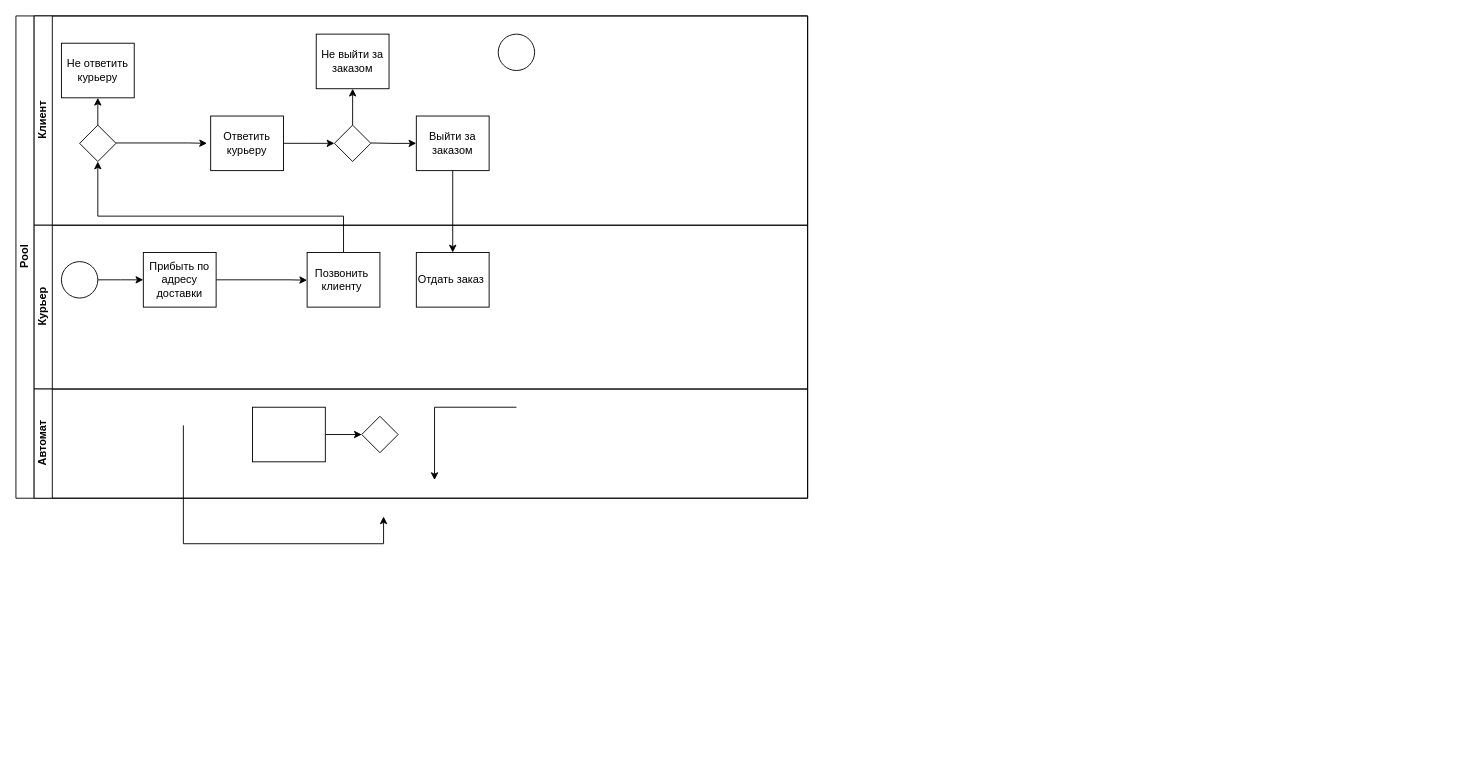
Earlier version of the draw.io diagram icons/Диаграмма без названия.drawio (ElizaSitmukhanova/-food-site). Source tidied: cells renumbered, new cells numbered last; positions are measured from the earlier drawing's top-left corner, leaving out a move shared by most shapes. Both pictures are drawn from the tidied source at 91%, with x=0, y=0 at pixel (15, 15).
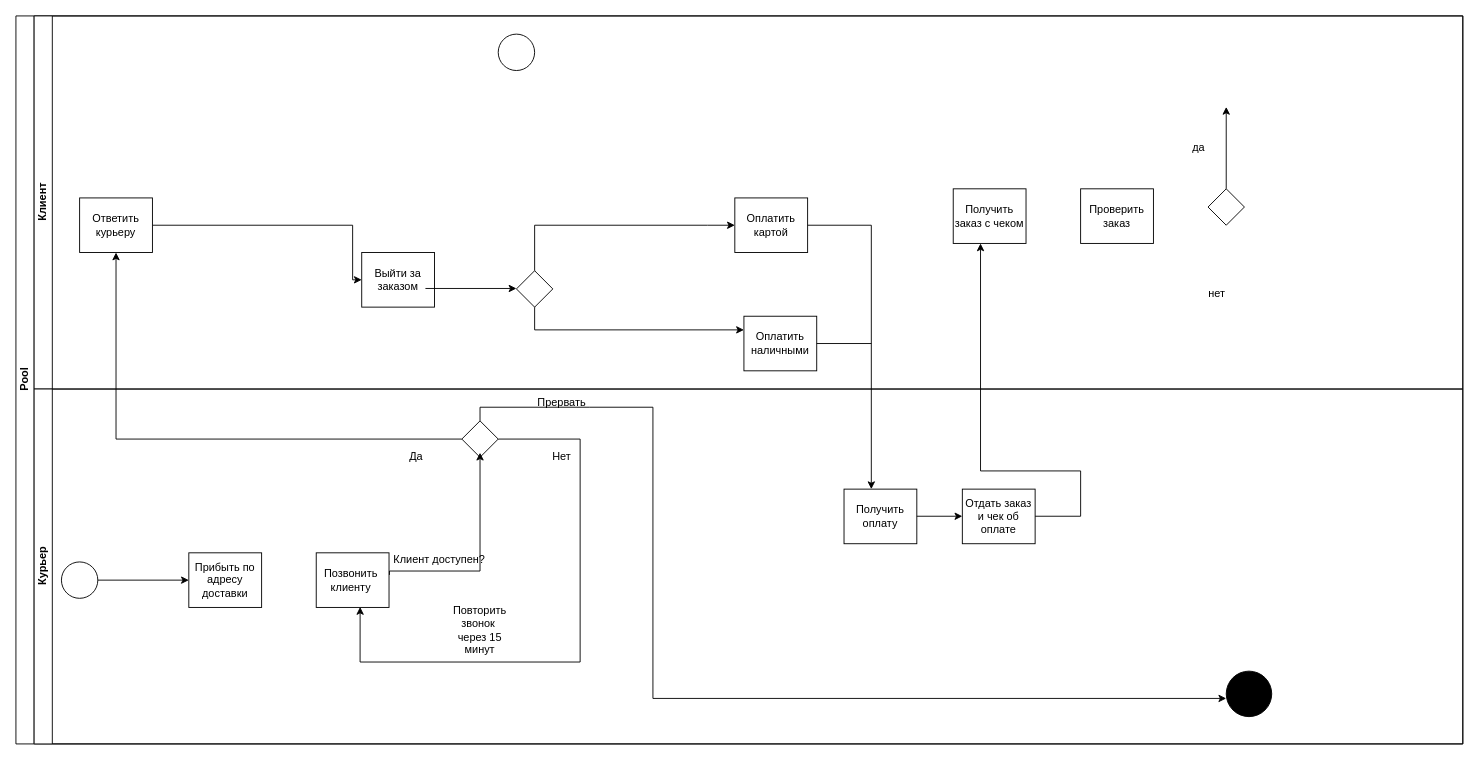
After the change.

Change to the diagram source:
```diff
@@
     <mxCell id="2" value="Pool" style="swimlane;html=1;horizontal=0;startSize=20;" parent="1" vertex="1">
-      <mxGeometry width="870" height="530" as="geometry" />
+      <mxGeometry width="1590" height="800" as="geometry" />
     </mxCell>
+    <mxCell id="31" style="edgeStyle=orthogonalEdgeStyle;rounded=0;jettySize=auto;html=1;endArrow=classic;endFill=1;exitX=0;exitY=0.5;exitDx=0;exitDy=0;entryX=0.5;entryY=1;entryDx=0;entryDy=0;" parent="2" edge="1" source="49" target="6">
+      <mxGeometry relative="1" as="geometry">
+        <Array as="points">
+          <mxPoint x="110" y="465" />
+        </Array>
+      </mxGeometry>
+    </mxCell>
     <mxCell id="3" value="Клиент" style="swimlane;html=1;startSize=20;horizontal=0;" parent="2" vertex="1">
-      <mxGeometry x="20" width="850" height="230" as="geometry" />
+      <mxGeometry x="20" width="1570" height="410" as="geometry" />
     </mxCell>
-    <mxCell id="4" value="Не выйти за заказом" style="rounded=0;whiteSpace=wrap;html=1;fontFamily=Helvetica;fontSize=12;fontColor=#000000;align=center;" parent="3" vertex="1">
-      <mxGeometry x="310" y="20" width="80" height="60" as="geometry" />
-    </mxCell>
+    <mxCell id="7" style="ellipse;whiteSpace=wrap;html=1;" parent="3" vertex="1">
+      <mxGeometry x="510" y="20" width="40" height="40" as="geometry" />
+    </mxCell>
-    <mxCell id="5" style="edgeStyle=orthogonalEdgeStyle;rounded=0;jettySize=auto;html=1;endArrow=classic;endFill=1;" parent="3" edge="1" source="6">
+    <mxCell id="5" style="edgeStyle=orthogonalEdgeStyle;rounded=0;jettySize=auto;html=1;endArrow=classic;endFill=1;entryX=0;entryY=0.5;entryDx=0;entryDy=0;" parent="3" edge="1" source="6" target="14">
       <mxGeometry relative="1" as="geometry">
-        <mxPoint x="330" y="140" as="targetPoint" />
+        <Array as="points">
+          <mxPoint x="350" y="230" />
+        </Array>
       </mxGeometry>
     </mxCell>
     <mxCell id="6" value="Ответить курьеру" style="rounded=0;whiteSpace=wrap;html=1;fontFamily=Helvetica;fontSize=12;fontColor=#000000;align=center;" parent="3" vertex="1">
-      <mxGeometry x="194" y="110" width="80" height="60" as="geometry" />
+      <mxGeometry x="50" y="200" width="80" height="60" as="geometry" />
     </mxCell>
-    <mxCell id="7" style="ellipse;whiteSpace=wrap;html=1;" parent="3" vertex="1">
-      <mxGeometry x="510" y="20" width="40" height="40" as="geometry" />
-    </mxCell>
-    <mxCell id="8" style="rhombus;whiteSpace=wrap;html=1;fontFamily=Helvetica;fontSize=12;fontColor=#000000;align=center;" parent="3" vertex="1">
-      <mxGeometry x="50" y="120" width="40" height="40" as="geometry" />
-    </mxCell>
-    <mxCell id="9" style="edgeStyle=orthogonalEdgeStyle;rounded=0;orthogonalLoop=1;jettySize=auto;html=1;endArrow=classic;endFill=1;" parent="3" edge="1">
-      <mxGeometry relative="1" as="geometry">
-        <mxPoint x="90" y="139.6" as="sourcePoint" />
-        <mxPoint x="190" y="140" as="targetPoint" />
-        <Array as="points">
-          <mxPoint x="170" y="140" />
-          <mxPoint x="150" y="140" />
-        </Array>
-      </mxGeometry>
-    </mxCell>
-    <mxCell id="10" style="edgeStyle=orthogonalEdgeStyle;rounded=0;jettySize=auto;html=1;endArrow=classic;endFill=1;exitX=0.5;exitY=0;exitDx=0;exitDy=0;" parent="3" edge="1" source="20">
-      <mxGeometry relative="1" as="geometry">
-        <mxPoint x="70" y="160" as="targetPoint" />
-        <Array as="points">
-          <mxPoint x="340" y="220" />
-          <mxPoint x="70" y="220" />
-        </Array>
-      </mxGeometry>
-    </mxCell>
-    <mxCell id="11" value="Не ответить курьеру" style="rounded=0;whiteSpace=wrap;html=1;fontFamily=Helvetica;fontSize=12;fontColor=#000000;align=center;" parent="3" vertex="1">
-      <mxGeometry x="30" y="30" width="80" height="60" as="geometry" />
-    </mxCell>
-    <mxCell id="12" style="edgeStyle=orthogonalEdgeStyle;rounded=0;jettySize=auto;html=1;endArrow=classic;endFill=1;entryX=0.5;entryY=1;entryDx=0;entryDy=0;" parent="3" edge="1" target="11">
-      <mxGeometry relative="1" as="geometry">
-        <mxPoint x="70" y="120" as="sourcePoint" />
-        <Array as="points">
-          <mxPoint x="70" y="120" />
-        </Array>
-      </mxGeometry>
-    </mxCell>
-    <mxCell id="13" style="rhombus;whiteSpace=wrap;html=1;fontFamily=Helvetica;fontSize=12;fontColor=#000000;align=center;" parent="3" vertex="1">
-      <mxGeometry x="330" y="120" width="40" height="40" as="geometry" />
-    </mxCell>
     <mxCell id="14" value="Выйти за заказом" style="rounded=0;whiteSpace=wrap;html=1;fontFamily=Helvetica;fontSize=12;fontColor=#000000;align=center;" parent="3" vertex="1">
-      <mxGeometry x="420" y="110" width="80" height="60" as="geometry" />
+      <mxGeometry x="360" y="260" width="80" height="60" as="geometry" />
     </mxCell>
-    <mxCell id="15" style="edgeStyle=orthogonalEdgeStyle;rounded=0;jettySize=auto;html=1;endArrow=classic;endFill=1;entryX=0;entryY=0.5;entryDx=0;entryDy=0;" parent="3" edge="1" target="14">
-      <mxGeometry relative="1" as="geometry">
-        <mxPoint x="370" y="139.6" as="sourcePoint" />
-      </mxGeometry>
-    </mxCell>
+    <mxCell id="32" style="rhombus;whiteSpace=wrap;html=1;fontFamily=Helvetica;fontSize=12;fontColor=#000000;align=center;" parent="3" vertex="1">
+      <mxGeometry x="530" y="280" width="40" height="40" as="geometry" />
+    </mxCell>
+    <mxCell id="33" style="edgeStyle=orthogonalEdgeStyle;rounded=0;jettySize=auto;html=1;endArrow=classic;endFill=1;exitX=0.5;exitY=0;exitDx=0;exitDy=0;entryX=0;entryY=0.5;entryDx=0;entryDy=0;" parent="3" edge="1" source="32" target="34">
+      <mxGeometry relative="1" as="geometry">
+        <Array as="points">
+          <mxPoint x="550" y="230" />
+          <mxPoint x="740" y="230" />
+        </Array>
+      </mxGeometry>
+    </mxCell>
+    <mxCell id="34" value="Оплатить картой" style="rounded=0;whiteSpace=wrap;html=1;fontFamily=Helvetica;fontSize=12;fontColor=#000000;align=center;" parent="3" vertex="1">
+      <mxGeometry x="770" y="200" width="80" height="60" as="geometry" />
+    </mxCell>
+    <mxCell id="35" value="Оплатить наличными" style="rounded=0;whiteSpace=wrap;html=1;fontFamily=Helvetica;fontSize=12;fontColor=#000000;align=center;" parent="3" vertex="1">
+      <mxGeometry x="780" y="330" width="80" height="60" as="geometry" />
+    </mxCell>
+    <mxCell id="36" style="edgeStyle=orthogonalEdgeStyle;rounded=0;jettySize=auto;html=1;endArrow=classic;endFill=1;exitX=0.5;exitY=1;exitDx=0;exitDy=0;entryX=0;entryY=0.25;entryDx=0;entryDy=0;" parent="3" edge="1" source="32" target="35">
+      <mxGeometry relative="1" as="geometry">
+        <Array as="points">
+          <mxPoint x="550" y="345" />
+        </Array>
+      </mxGeometry>
+    </mxCell>
+    <mxCell id="37" style="edgeStyle=orthogonalEdgeStyle;rounded=0;orthogonalLoop=1;jettySize=auto;html=1;entryX=0;entryY=0.5;entryDx=0;entryDy=0;" parent="3" edge="1">
+      <mxGeometry relative="1" as="geometry">
+        <mxPoint x="430" y="299.5" as="sourcePoint" />
+        <mxPoint x="530" y="299.5" as="targetPoint" />
+      </mxGeometry>
+    </mxCell>
+    <mxCell id="38" value="да" style="text;html=1;align=center;verticalAlign=middle;whiteSpace=wrap;rounded=0;" parent="3" vertex="1">
+      <mxGeometry x="1250" y="130" width="60" height="30" as="geometry" />
+    </mxCell>
+    <mxCell id="39" value="Получить заказ с чеком" style="rounded=0;whiteSpace=wrap;html=1;fontFamily=Helvetica;fontSize=12;fontColor=#000000;align=center;" parent="3" vertex="1">
+      <mxGeometry x="1010" y="190" width="80" height="60" as="geometry" />
+    </mxCell>
+    <mxCell id="40" value="Проверить заказ" style="rounded=0;whiteSpace=wrap;html=1;fontFamily=Helvetica;fontSize=12;fontColor=#000000;align=center;" parent="3" vertex="1">
+      <mxGeometry x="1150" y="190" width="80" height="60" as="geometry" />
+    </mxCell>
+    <mxCell id="41" style="rhombus;whiteSpace=wrap;html=1;fontFamily=Helvetica;fontSize=12;fontColor=#000000;align=center;" parent="3" vertex="1">
+      <mxGeometry x="1290" y="190" width="40" height="40" as="geometry" />
+    </mxCell>
+    <mxCell id="42" style="endArrow=classic;html=1;rounded=0;" parent="3" edge="1">
+      <mxGeometry relative="1" as="geometry">
+        <mxPoint x="1310" y="190" as="sourcePoint" />
+        <mxPoint x="1310" y="100" as="targetPoint" />
+      </mxGeometry>
+    </mxCell>
+    <mxCell id="43" value="нет" style="text;html=1;align=center;verticalAlign=middle;whiteSpace=wrap;rounded=0;" parent="3" vertex="1">
+      <mxGeometry x="1270" y="290" width="60" height="30" as="geometry" />
+    </mxCell>
-    <mxCell id="16" value="Курьер" style="swimlane;html=1;startSize=20;horizontal=0;" parent="2" vertex="1">
-      <mxGeometry x="20" y="230" width="850" height="180" as="geometry" />
+    <mxCell id="16" value="Курьер" style="swimlane;html=1;startSize=20;horizontal=0;fillColor=#FFFFFF;" parent="2" vertex="1">
+      <mxGeometry x="20" y="410" width="1570" height="390" as="geometry" />
     </mxCell>
-    <mxCell id="17" style="edgeStyle=orthogonalEdgeStyle;rounded=0;orthogonalLoop=1;jettySize=auto;html=1;endArrow=classic;endFill=1;" parent="16" edge="1">
-      <mxGeometry relative="1" as="geometry">
-        <mxPoint x="200" y="60" as="sourcePoint" />
-        <mxPoint x="300" y="60.4" as="targetPoint" />
-        <Array as="points">
-          <mxPoint x="280" y="60.4" />
-          <mxPoint x="260" y="60.4" />
-        </Array>
-      </mxGeometry>
-    </mxCell>
     <mxCell id="18" value="Прибыть по адресу доставки" style="rounded=0;whiteSpace=wrap;html=1;fontFamily=Helvetica;fontSize=12;fontColor=#000000;align=center;" parent="16" vertex="1">
-      <mxGeometry x="120" y="30" width="80" height="60" as="geometry" />
+      <mxGeometry x="170" y="180" width="80" height="60" as="geometry" />
     </mxCell>
     <mxCell id="19" style="ellipse;whiteSpace=wrap;html=1;" parent="16" vertex="1">
-      <mxGeometry x="30" y="40" width="40" height="40" as="geometry" />
+      <mxGeometry x="30" y="190" width="40" height="40" as="geometry" />
     </mxCell>
     <mxCell id="20" value="Позвонить&amp;nbsp; клиенту&amp;nbsp;" style="rounded=0;whiteSpace=wrap;html=1;fontFamily=Helvetica;fontSize=12;fontColor=#000000;align=center;" parent="16" vertex="1">
-      <mxGeometry x="300" y="30" width="80" height="60" as="geometry" />
+      <mxGeometry x="310" y="180" width="80" height="60" as="geometry" />
     </mxCell>
-    <mxCell id="21" value="Отдать заказ&amp;nbsp;" style="rounded=0;whiteSpace=wrap;html=1;fontFamily=Helvetica;fontSize=12;fontColor=#000000;align=center;" parent="16" vertex="1">
-      <mxGeometry x="420" y="30" width="80" height="60" as="geometry" />
-    </mxCell>
+    <mxCell id="44" value="Получить оплату" style="rounded=0;whiteSpace=wrap;html=1;fontFamily=Helvetica;fontSize=12;fontColor=#000000;align=center;" parent="16" vertex="1">
+      <mxGeometry x="890" y="110" width="80" height="60" as="geometry" />
+    </mxCell>
+    <mxCell id="45" value="Отдать заказ и чек об оплате" style="rounded=0;whiteSpace=wrap;html=1;fontFamily=Helvetica;fontSize=12;fontColor=#000000;align=center;" parent="16" vertex="1">
+      <mxGeometry x="1020" y="110" width="80" height="60" as="geometry" />
+    </mxCell>
+    <mxCell id="46" style="edgeStyle=orthogonalEdgeStyle;rounded=0;orthogonalLoop=1;jettySize=auto;html=1;endArrow=classic;endFill=1;" parent="16" edge="1">
+      <mxGeometry relative="1" as="geometry">
+        <mxPoint x="970" y="139.8" as="sourcePoint" />
+        <mxPoint x="1020" y="139.8" as="targetPoint" />
+        <Array as="points">
+          <mxPoint x="1020" y="140.2" />
+          <mxPoint x="1000" y="140.2" />
+        </Array>
+      </mxGeometry>
+    </mxCell>
+    <mxCell id="47" style="ellipse;shape=doubleEllipse;whiteSpace=wrap;html=1;fillColor=#000000;" parent="16" vertex="1">
+      <mxGeometry x="1310" y="310" width="50" height="50" as="geometry" />
+    </mxCell>
+    <mxCell id="48" style="edgeStyle=orthogonalEdgeStyle;rounded=0;orthogonalLoop=1;jettySize=auto;html=1;endArrow=classic;endFill=1;" parent="16" edge="1">
+      <mxGeometry relative="1" as="geometry">
+        <mxPoint x="1100" y="139.8" as="sourcePoint" />
+        <mxPoint x="1040" y="-160" as="targetPoint" />
+        <Array as="points">
+          <mxPoint x="1150" y="140" />
+          <mxPoint x="1150" y="90" />
+          <mxPoint x="1040" y="90" />
+        </Array>
+      </mxGeometry>
+    </mxCell>
-    <mxCell id="22" style="edgeStyle=orthogonalEdgeStyle;rounded=0;jettySize=auto;html=1;" parent="2" edge="1" source="19">
-      <mxGeometry relative="1" as="geometry">
-        <mxPoint x="140" y="290" as="targetPoint" />
-      </mxGeometry>
+    <mxCell id="22" style="edgeStyle=orthogonalEdgeStyle;rounded=0;jettySize=auto;html=1;entryX=0;entryY=0.5;entryDx=0;entryDy=0;" parent="16" edge="1" source="19" target="18">
+      <mxGeometry relative="1" as="geometry" />
     </mxCell>
-    <mxCell id="23" value="Автомат" style="swimlane;html=1;startSize=20;horizontal=0;" parent="2" vertex="1">
-      <mxGeometry x="20" y="410" width="850" height="120" as="geometry" />
-    </mxCell>
-    <mxCell id="24" style="edgeStyle=orthogonalEdgeStyle;rounded=0;jettySize=auto;html=1;endArrow=classic;endFill=1;" parent="23" edge="1" source="25" target="26">
-      <mxGeometry relative="1" as="geometry" />
-    </mxCell>
-    <mxCell id="25" style="rounded=0;whiteSpace=wrap;html=1;fontFamily=Helvetica;fontSize=12;fontColor=#000000;align=center;" parent="23" vertex="1">
-      <mxGeometry x="240" y="20" width="80" height="60" as="geometry" />
-    </mxCell>
-    <mxCell id="26" style="rhombus;whiteSpace=wrap;html=1;fontFamily=Helvetica;fontSize=12;fontColor=#000000;align=center;" parent="23" vertex="1">
-      <mxGeometry x="360" y="30" width="40" height="40" as="geometry" />
-    </mxCell>
-    <mxCell id="27" style="edgeStyle=orthogonalEdgeStyle;rounded=0;orthogonalLoop=1;jettySize=auto;html=1;endArrow=classic;endFill=1;" parent="23" edge="1">
-      <mxGeometry relative="1" as="geometry">
-        <mxPoint x="164" y="40" as="sourcePoint" />
-        <mxPoint x="384" y="140" as="targetPoint" />
-        <Array as="points">
-          <mxPoint x="164" y="170" />
-          <mxPoint x="384" y="170" />
-        </Array>
-      </mxGeometry>
-    </mxCell>
-    <mxCell id="28" style="edgeStyle=orthogonalEdgeStyle;rounded=0;orthogonalLoop=1;jettySize=auto;html=1;endArrow=classic;endFill=1;" parent="23" edge="1">
-      <mxGeometry relative="1" as="geometry">
-        <mxPoint x="530" y="20" as="sourcePoint" />
-        <mxPoint x="440" y="100" as="targetPoint" />
-        <Array as="points">
-          <mxPoint x="440" y="20" />
-        </Array>
-      </mxGeometry>
-    </mxCell>
-    <mxCell id="29" style="edgeStyle=orthogonalEdgeStyle;rounded=0;jettySize=auto;html=1;endArrow=classic;endFill=1;exitX=0.5;exitY=0;exitDx=0;exitDy=0;" parent="1" edge="1" source="13">
-      <mxGeometry relative="1" as="geometry">
-        <mxPoint x="370" y="80" as="targetPoint" />
-      </mxGeometry>
-    </mxCell>
-    <mxCell id="30" style="endArrow=classic;html=1;rounded=0;exitX=0.5;exitY=1;exitDx=0;exitDy=0;" parent="1" edge="1" source="14">
-      <mxGeometry relative="1" as="geometry">
-        <mxPoint x="480" y="260" as="targetPoint" />
-      </mxGeometry>
-    </mxCell>
+    <mxCell id="49" style="rhombus;whiteSpace=wrap;html=1;fontFamily=Helvetica;fontSize=12;fontColor=#000000;align=center;" parent="16" vertex="1">
+      <mxGeometry x="470" y="35" width="40" height="40" as="geometry" />
+    </mxCell>
+    <mxCell id="50" style="edgeStyle=orthogonalEdgeStyle;rounded=0;jettySize=auto;html=1;endArrow=classic;endFill=1;exitX=1.006;exitY=0.404;exitDx=0;exitDy=0;exitPerimeter=0;" parent="16" edge="1" source="20">
+      <mxGeometry relative="1" as="geometry">
+        <mxPoint x="490" y="70" as="targetPoint" />
+        <Array as="points">
+          <mxPoint x="391" y="200" />
+          <mxPoint x="490" y="200" />
+        </Array>
+      </mxGeometry>
+    </mxCell>
+    <mxCell id="51" value="&lt;span style=&quot;font-weight: normal;&quot;&gt;Клиент доступен?&lt;/span&gt;" style="text;align=center;fontStyle=1;verticalAlign=middle;spacingLeft=3;spacingRight=3;strokeColor=none;html=1;" parent="16" vertex="1">
+      <mxGeometry x="420" y="180" width="50" height="16" as="geometry" />
+    </mxCell>
+    <mxCell id="52" value="Нет" style="text;html=1;align=center;verticalAlign=middle;whiteSpace=wrap;rounded=0;rotation=0;" parent="16" vertex="1">
+      <mxGeometry x="550" y="60" width="60" height="30" as="geometry" />
+    </mxCell>
+    <mxCell id="53" style="edgeStyle=orthogonalEdgeStyle;rounded=0;jettySize=auto;html=1;endArrow=classic;endFill=1;exitX=1;exitY=0.5;exitDx=0;exitDy=0;entryX=0.603;entryY=0.992;entryDx=0;entryDy=0;entryPerimeter=0;" parent="16" edge="1" source="49" target="20">
+      <mxGeometry relative="1" as="geometry">
+        <Array as="points">
+          <mxPoint x="600" y="55" />
+          <mxPoint x="600" y="300" />
+          <mxPoint x="358" y="300" />
+        </Array>
+      </mxGeometry>
+    </mxCell>
+    <mxCell id="54" value="Да" style="text;html=1;align=center;verticalAlign=middle;whiteSpace=wrap;rounded=0;" parent="16" vertex="1">
+      <mxGeometry x="390" y="60" width="60" height="30" as="geometry" />
+    </mxCell>
+    <mxCell id="55" value="Повторить звонок&amp;nbsp; через 15 минут" style="text;html=1;align=center;verticalAlign=middle;whiteSpace=wrap;rounded=0;" parent="16" vertex="1">
+      <mxGeometry x="460" y="250" width="60" height="30" as="geometry" />
+    </mxCell>
+    <mxCell id="56" style="endArrow=classic;html=1;rounded=0;exitX=0.5;exitY=0;exitDx=0;exitDy=0;" parent="16" edge="1" source="49">
+      <mxGeometry relative="1" as="geometry">
+        <mxPoint x="1310" y="340" as="targetPoint" />
+        <Array as="points">
+          <mxPoint x="490" y="20" />
+          <mxPoint x="610" y="20" />
+          <mxPoint x="680" y="20" />
+          <mxPoint x="680" y="340" />
+        </Array>
+      </mxGeometry>
+    </mxCell>
+    <mxCell id="57" value="Прервать" style="text;html=1;align=center;verticalAlign=middle;whiteSpace=wrap;rounded=0;" parent="16" vertex="1">
+      <mxGeometry x="550" width="60" height="30" as="geometry" />
+    </mxCell>
+    <mxCell id="58" style="endArrow=classic;html=1;rounded=0;exitX=1;exitY=0.5;exitDx=0;exitDy=0;" parent="1" edge="1" source="34">
+      <mxGeometry relative="1" as="geometry">
+        <mxPoint x="940" y="520" as="targetPoint" />
+        <Array as="points">
+          <mxPoint x="940" y="230" />
+        </Array>
+      </mxGeometry>
+    </mxCell>
+    <mxCell id="59" style="endArrow=none;html=1;rounded=0;exitX=1;exitY=0.5;exitDx=0;exitDy=0;" parent="1" edge="1" source="35">
+      <mxGeometry relative="1" as="geometry">
+        <mxPoint x="940" y="360" as="targetPoint" />
+      </mxGeometry>
+    </mxCell>
```
